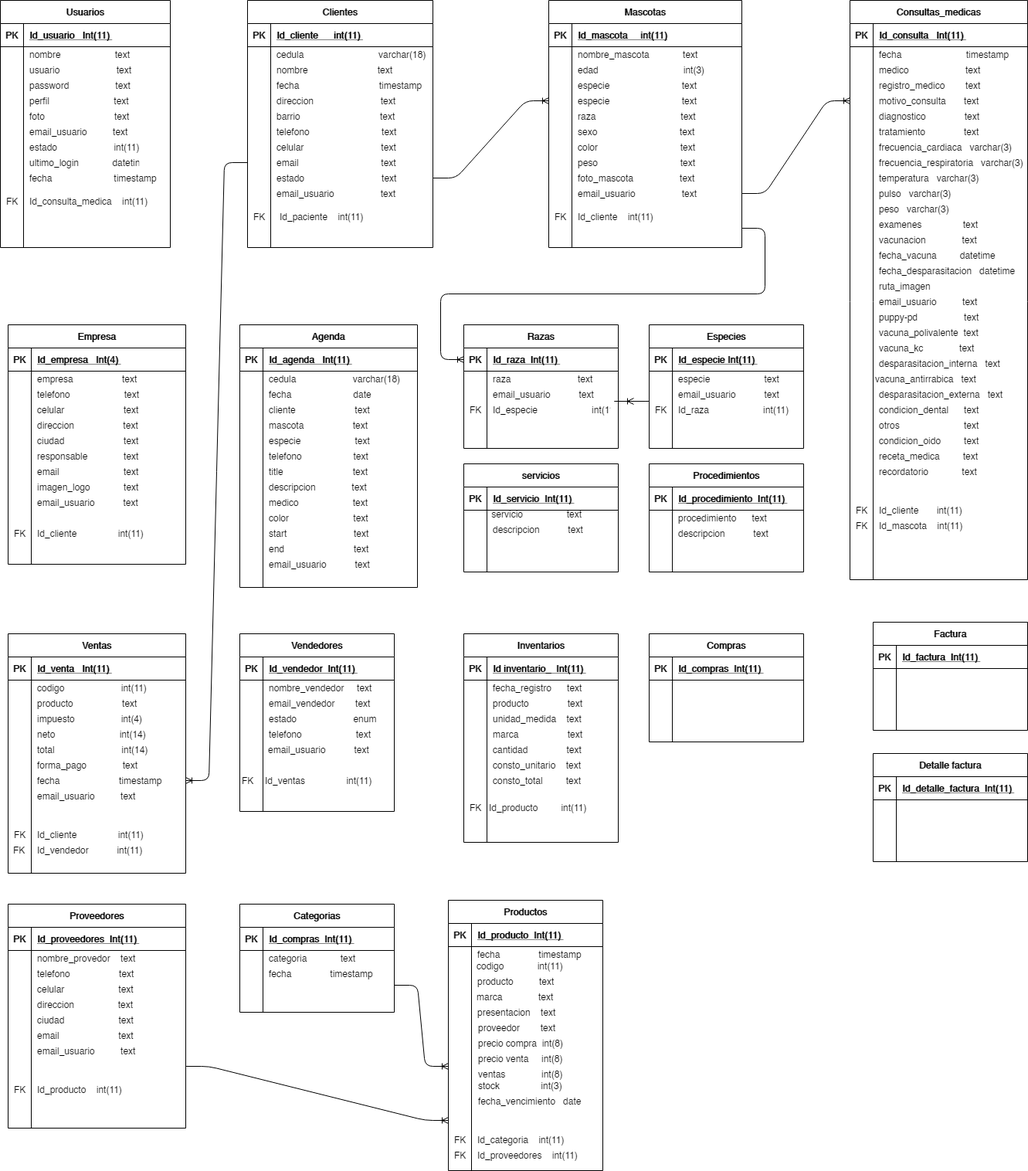
Before: Untitled Diagram.png, a diagram exported from draw.io (heberthm/ejemplos-blog). Source tidied: cells renumbered, new cells last; positions are measured from the earlier drawing's top-left corner, leaving out a move shared by most shapes.
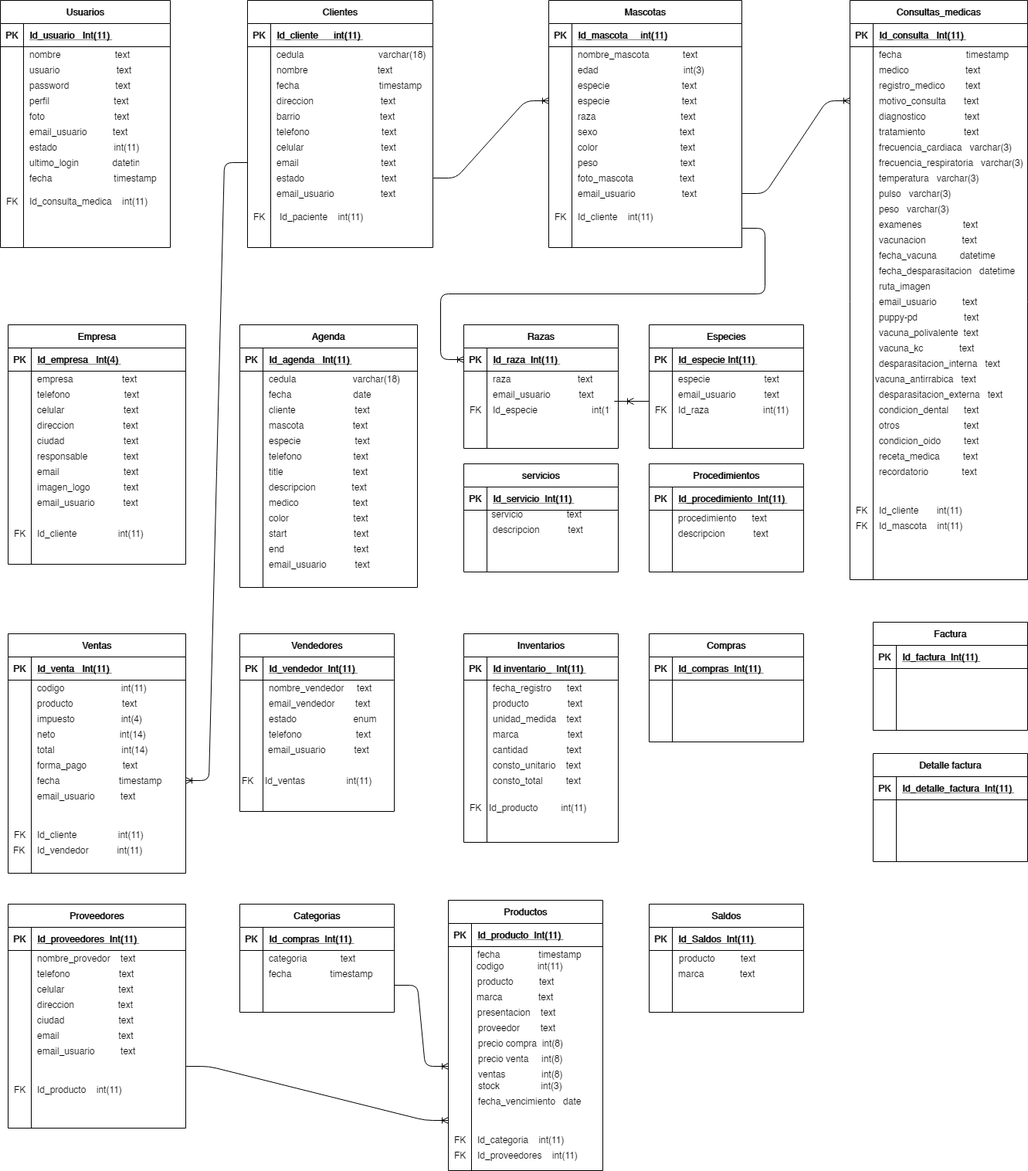
Later version of the same file.

What changed in the source:
```diff
@@ -1134,5 +1134,23 @@
     <mxCell id="375" value="FK" style="shape=partialRectangle;fillColor=none;top=0;left=0;bottom=0;right=0;align=left;spacingLeft=6;overflow=hidden;" parent="1" vertex="1">
       <mxGeometry x="600" y="1035" width="40" height="20" as="geometry" />
     </mxCell>
+    <mxCell id="376" value="Saldos" style="shape=table;startSize=30;rowLines=0;fontStyle=1;align=center;" parent="1" vertex="1">
+      <mxGeometry x="840" y="1170" width="200" height="140" as="geometry" />
+    </mxCell>
+    <mxCell id="377" style="shape=partialRectangle;fillColor=none;top=0;left=0;bottom=1;right=0;" parent="376" vertex="1">
+      <mxGeometry y="30" width="200" height="30" as="geometry" />
+    </mxCell>
+    <mxCell id="378" value="PK" style="shape=partialRectangle;fillColor=none;top=0;left=0;bottom=0;right=0;fontStyle=1;overflow=hidden;" parent="377" vertex="1">
+      <mxGeometry width="30" height="30" as="geometry" />
+    </mxCell>
+    <mxCell id="379" value="Id_Saldos  Int(11) " style="shape=partialRectangle;fillColor=none;top=0;left=0;bottom=0;right=0;align=left;spacingLeft=6;fontStyle=5;overflow=hidden;" parent="377" vertex="1">
+      <mxGeometry x="30" width="170" height="30" as="geometry" />
+    </mxCell>
+    <mxCell id="380" value="producto          text" style="shape=partialRectangle;fillColor=none;top=0;left=0;bottom=0;right=0;align=left;spacingLeft=6;overflow=hidden;" parent="1" vertex="1">
+      <mxGeometry x="871" y="1230" width="170" height="20" as="geometry" />
+    </mxCell>
+    <mxCell id="381" value="marca              text" style="shape=partialRectangle;fillColor=none;top=0;left=0;bottom=0;right=0;align=left;spacingLeft=6;overflow=hidden;" parent="1" vertex="1">
+      <mxGeometry x="870" y="1250" width="170" height="20" as="geometry" />
+    </mxCell>
   </root>
 </mxGraphModel>
```
